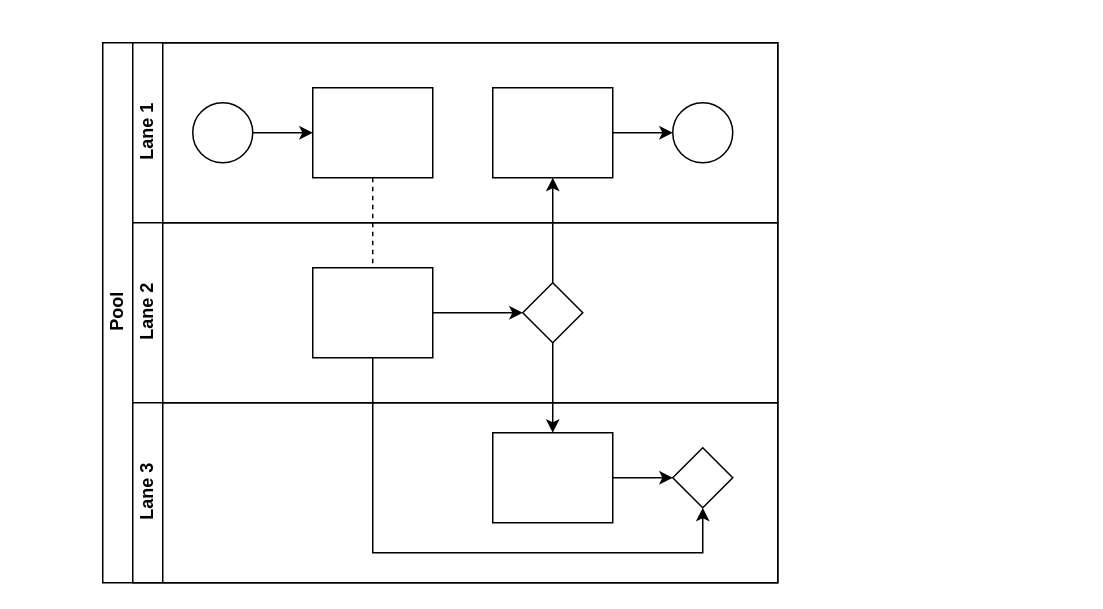
Earlier version of the draw.io diagram 未命名绘图.drawio (Jorgen7062/flow_chart). Source tidied: cells renumbered, new cells numbered last; positions are measured from the earlier drawing's top-left corner, leaving out a move shared by most shapes. Both pictures are drawn from the tidied source at 150%, with x=0, y=0 at pixel (102, 42).
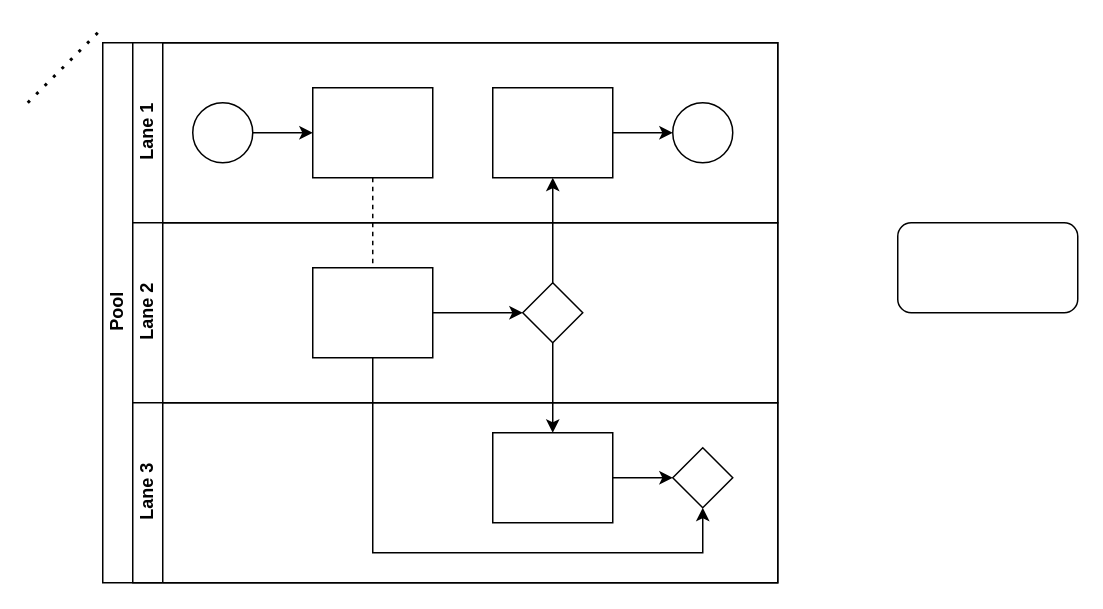
Above is the later version.

Commit message (it also covers changes not shown here):
更新未命名绘图.drawio

Change to the diagram source:
```diff
@@
+    <mxCell id="22" style="rounded=1;whiteSpace=wrap;html=1;" parent="1" vertex="1">
+      <mxGeometry x="530" y="120" width="120" height="60" as="geometry" />
+    </mxCell>
+    <mxCell id="23" style="endArrow=none;dashed=1;html=1;dashPattern=1 3;strokeWidth=2;" parent="1" edge="1">
+      <mxGeometry relative="1" as="geometry">
+        <mxPoint x="-50" y="40" as="sourcePoint" />
+        <mxPoint y="-10" as="targetPoint" />
+      </mxGeometry>
+    </mxCell>
```
